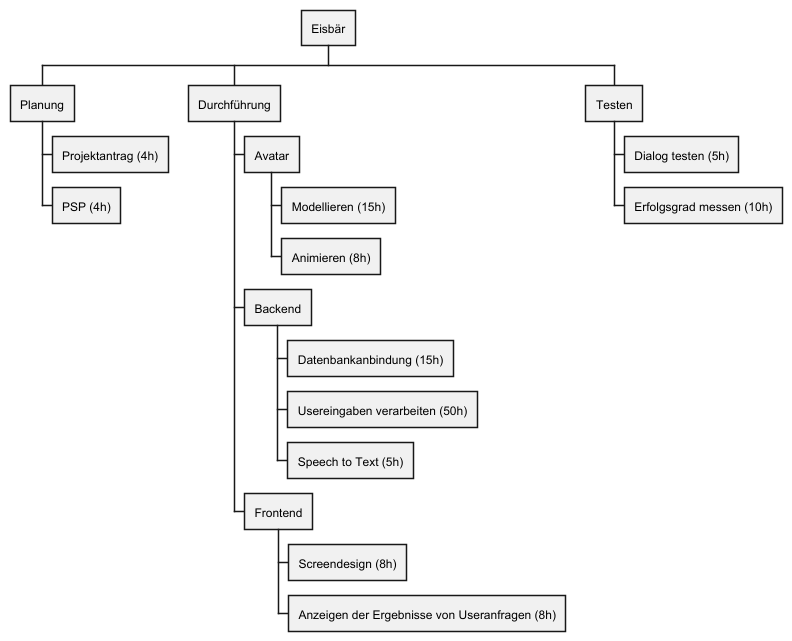
2425-4bhitm-itp/eisbaer keeps this PlantUML diagram as documents/psp.png. Above is the earlier version. Source of this version:
```plantuml
@startwbs
* Eisbär
** Planung
*** Projektantrag (4h)
*** PSP (4h)
** Durchführung
*** Avatar
**** Modellieren (15h)
**** Animieren (8h)
*** Backend
**** Datenbankanbindung (15h)
**** Usereingaben verarbeiten (50h)
**** Speech to Text (5h)
*** Frontend
**** Screendesign (8h)
**** Anzeigen der Ergebnisse von Useranfragen (8h)
** Testen
*** Dialog testen (5h)
*** Erfolgsgrad messen (10h)
@endwbs
```
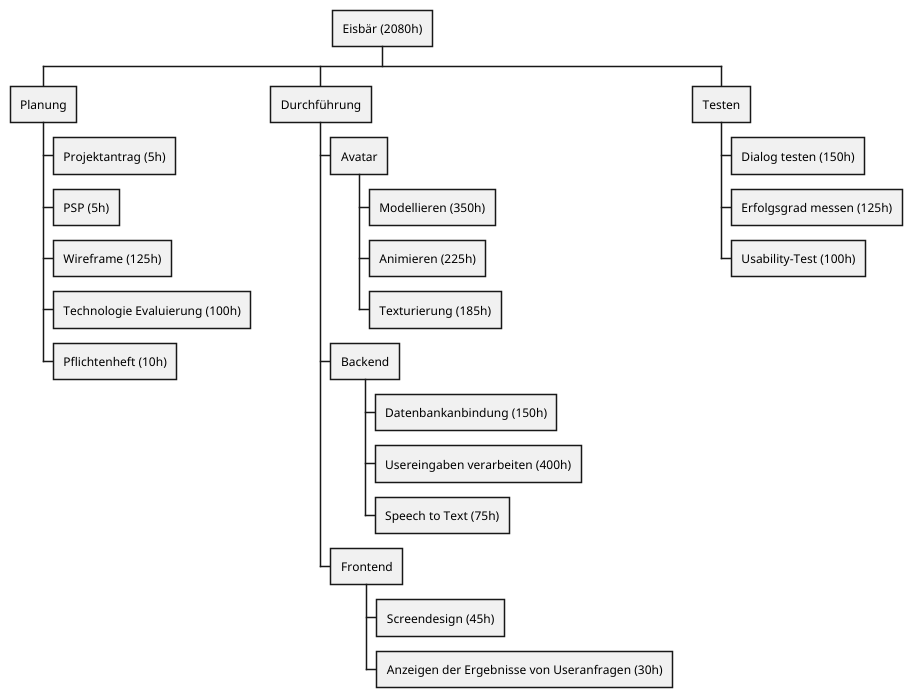
After the commit.

The edit, as a diff of the source:
```diff
@@ -1,20 +1,25 @@
 @startwbs
-* Eisbär
+* Eisbär (2080h)
 ** Planung
-*** Projektantrag (4h)
-*** PSP (4h)
+*** Projektantrag (5h)
+*** PSP (5h)
+*** Wireframe (125h)
+*** Technologie Evaluierung (100h)
+*** Pflichtenheft (10h)
 ** Durchführung
 *** Avatar
-**** Modellieren (15h)
-**** Animieren (8h)
+**** Modellieren (350h)
+**** Animieren (225h)
+**** Texturierung (185h)
 *** Backend
-**** Datenbankanbindung (15h)
-**** Usereingaben verarbeiten (50h)
-**** Speech to Text (5h)
+**** Datenbankanbindung (150h)
+**** Usereingaben verarbeiten (400h)
+**** Speech to Text (75h)
 *** Frontend
-**** Screendesign (8h)
-**** Anzeigen der Ergebnisse von Useranfragen (8h)
+**** Screendesign (45h)
+**** Anzeigen der Ergebnisse von Useranfragen (30h)
 ** Testen
-*** Dialog testen (5h)
-*** Erfolgsgrad messen (10h)
+*** Dialog testen (150h)
+*** Erfolgsgrad messen (125h)
+*** Usability-Test (100h)
 @endwbs
```
